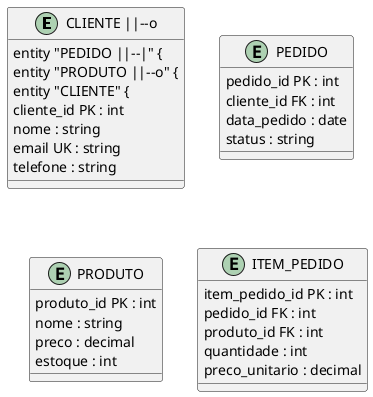
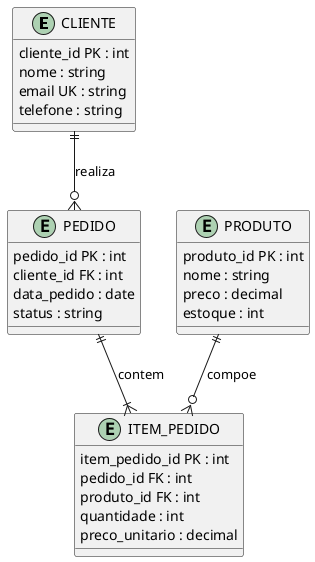
@startuml
' Convertido de: BD-04-EntidadeRelacionamento.mmd
' Visualizar em: https://plantuml.com/

- ' ER Diagram - PlantUML nao suporta nativamente erDiagram
- ' Use a sintaxe class ou object para representar entidades
+ ' ER Diagram - notacao Crow's Foot (entity + relacionamentos)

- entity "CLIENTE ||--o" {
- entity "PEDIDO ||--|" {
- entity "PRODUTO ||--o" {
entity "CLIENTE" {
  cliente_id PK : int
  nome : string
  email UK : string
  telefone : string
}
entity "PEDIDO" {
  pedido_id PK : int
  cliente_id FK : int
  data_pedido : date
  status : string
}
entity "PRODUTO" {
  produto_id PK : int
  nome : string
  preco : decimal
  estoque : int
}
entity "ITEM_PEDIDO" {
  item_pedido_id PK : int
  pedido_id FK : int
  produto_id FK : int
  quantidade : int
  preco_unitario : decimal
}
- @enduml+ CLIENTE ||--o{ PEDIDO : realiza
+ PEDIDO ||--|{ ITEM_PEDIDO : contem
+ PRODUTO ||--o{ ITEM_PEDIDO : compoe
+ @enduml
